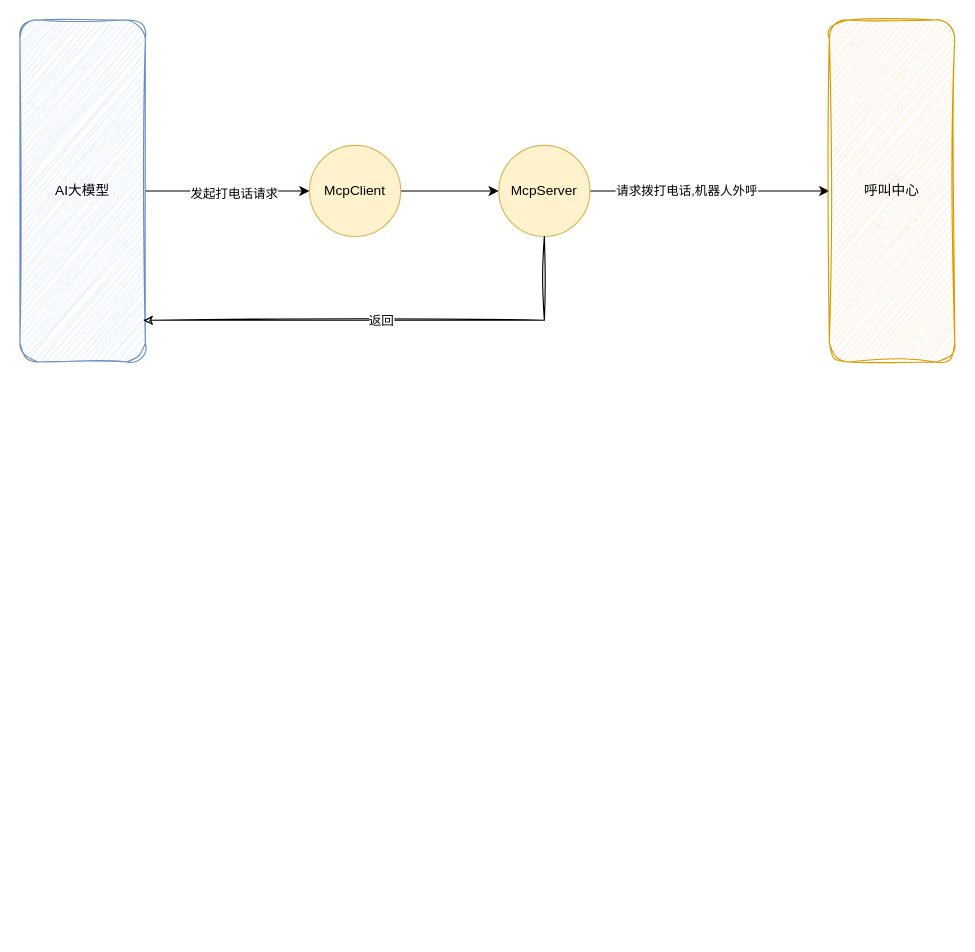
nayouzhenai/java_web keeps this draw.io diagram as page "第 7 页" (7 of 7) of GCroot.drawio. Above is the earlier version. Source tidied: cells renumbered, new cells numbered last; positions are measured from the earlier drawing's top-left corner, leaving out a move shared by most shapes. Both pictures are drawn from the tidied source at 114%, with x=0, y=0 at pixel (19, 19).
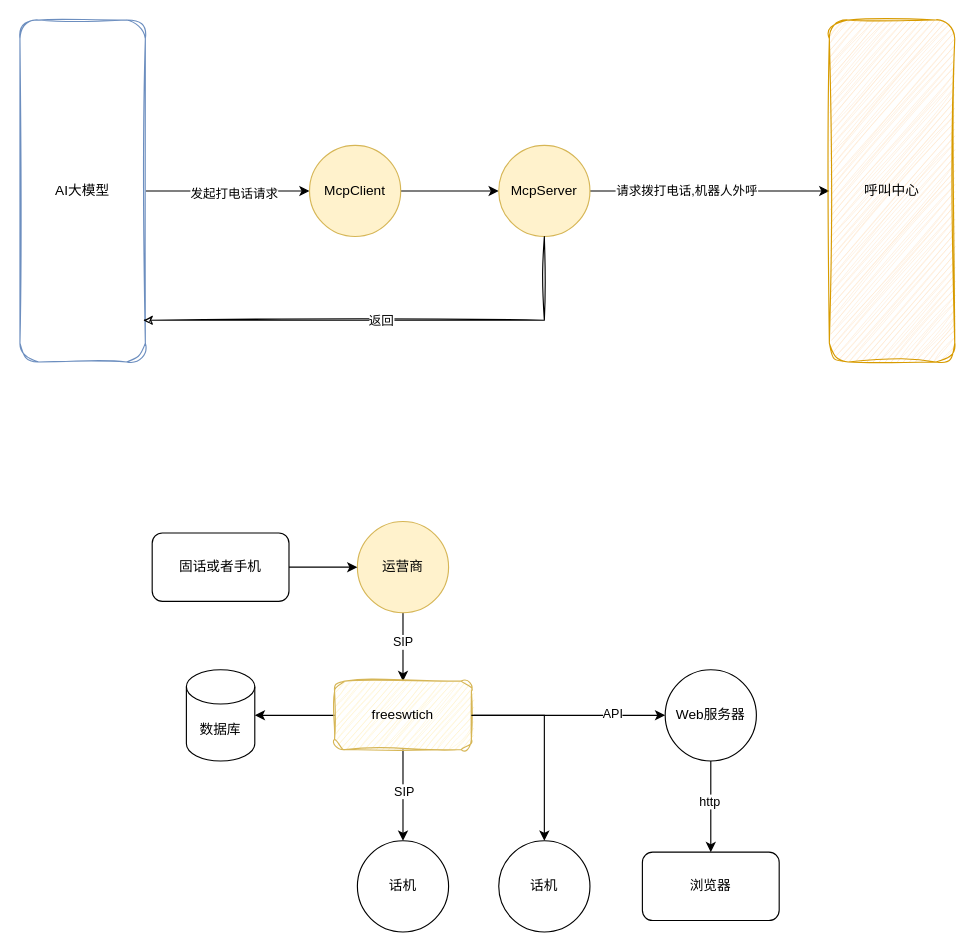
Above is the later version.

What changed in the source:
```diff
@@
-    <mxCell id="4" value="AI大模型" style="rounded=1;whiteSpace=wrap;html=1;glass=0;sketch=1;curveFitting=1;jiggle=2;fillColor=#dae8fc;strokeColor=#6c8ebf;" parent="1" vertex="1">
+    <mxCell id="4" value="AI大模型" style="rounded=1;whiteSpace=wrap;html=1;glass=0;sketch=1;curveFitting=1;jiggle=2;fillColor=default;strokeColor=#6c8ebf;shadow=0;" parent="1" vertex="1">
       <mxGeometry width="110" height="300" as="geometry" />
     </mxCell>
@@
+    <mxCell id="13" style="edgeStyle=orthogonalEdgeStyle;rounded=0;jettySize=auto;html=1;" parent="1" edge="1" source="15">
+      <mxGeometry relative="1" as="geometry">
+        <mxPoint x="336" y="580" as="targetPoint" />
+      </mxGeometry>
+    </mxCell>
+    <mxCell id="14" value="SIP" style="edgeLabel;html=1;align=center;verticalAlign=middle;" parent="13" vertex="1">
+      <mxGeometry x="-0.17" y="-1" relative="1" as="geometry" />
+    </mxCell>
+    <mxCell id="15" value="运营商" style="ellipse;whiteSpace=wrap;html=1;fillColor=#fff2cc;strokeColor=#d6b656;" parent="1" vertex="1">
+      <mxGeometry x="296" y="440" width="80" height="80" as="geometry" />
+    </mxCell>
+    <mxCell id="16" style="edgeStyle=orthogonalEdgeStyle;rounded=0;jettySize=auto;html=1;exitX=0.5;exitY=1;exitDx=0;exitDy=0;entryX=0.5;entryY=0;entryDx=0;entryDy=0;" parent="1" edge="1" source="20" target="21">
+      <mxGeometry relative="1" as="geometry">
+        <Array as="points">
+          <mxPoint x="336" y="710" />
+        </Array>
+      </mxGeometry>
+    </mxCell>
+    <mxCell id="17" value="SIP" style="edgeLabel;html=1;align=center;verticalAlign=middle;" parent="16" vertex="1">
+      <mxGeometry x="-0.1" relative="1" as="geometry" />
+    </mxCell>
+    <mxCell id="18" style="edgeStyle=orthogonalEdgeStyle;rounded=0;jettySize=auto;html=1;" parent="1" edge="1" source="20">
+      <mxGeometry relative="1" as="geometry">
+        <mxPoint x="206" y="610" as="targetPoint" />
+      </mxGeometry>
+    </mxCell>
+    <mxCell id="19" style="edgeStyle=orthogonalEdgeStyle;rounded=0;jettySize=auto;html=1;exitX=1;exitY=0.5;exitDx=0;exitDy=0;" parent="1" edge="1" source="20" target="22">
+      <mxGeometry relative="1" as="geometry" />
+    </mxCell>
+    <mxCell id="20" value="freeswtich" style="rounded=1;whiteSpace=wrap;html=1;fillColor=#fff2cc;strokeColor=#d6b656;sketch=1;curveFitting=1;jiggle=2;" parent="1" vertex="1">
+      <mxGeometry x="276" y="580" width="120" height="60" as="geometry" />
+    </mxCell>
+    <mxCell id="21" value="话机" style="ellipse;whiteSpace=wrap;html=1;" parent="1" vertex="1">
+      <mxGeometry x="296" y="720" width="80" height="80" as="geometry" />
+    </mxCell>
+    <mxCell id="22" value="话机" style="ellipse;whiteSpace=wrap;html=1;" parent="1" vertex="1">
+      <mxGeometry x="420" y="720" width="80" height="80" as="geometry" />
+    </mxCell>
+    <mxCell id="23" value="数据库" style="shape=cylinder3;whiteSpace=wrap;html=1;boundedLbl=1;backgroundOutline=1;size=15;" parent="1" vertex="1">
+      <mxGeometry x="146" y="570" width="60" height="80" as="geometry" />
+    </mxCell>
+    <mxCell id="24" style="edgeStyle=orthogonalEdgeStyle;rounded=0;jettySize=auto;html=1;exitX=1;exitY=0.5;exitDx=0;exitDy=0;entryX=0;entryY=0.5;entryDx=0;entryDy=0;" parent="1" edge="1" source="20">
+      <mxGeometry relative="1" as="geometry">
+        <mxPoint x="566" y="610" as="targetPoint" />
+      </mxGeometry>
+    </mxCell>
+    <mxCell id="25" value="API" style="edgeLabel;html=1;align=center;verticalAlign=middle;" parent="24" vertex="1">
+      <mxGeometry x="0.45" y="2" relative="1" as="geometry" />
+    </mxCell>
+    <mxCell id="26" style="edgeStyle=orthogonalEdgeStyle;rounded=0;jettySize=auto;html=1;exitX=0.5;exitY=1;exitDx=0;exitDy=0;entryX=0.5;entryY=0;entryDx=0;entryDy=0;" parent="1" edge="1" source="28" target="29">
+      <mxGeometry relative="1" as="geometry" />
+    </mxCell>
+    <mxCell id="27" value="http" style="edgeLabel;html=1;align=center;verticalAlign=middle;" parent="26" vertex="1">
+      <mxGeometry x="-0.12" y="-2" relative="1" as="geometry" />
+    </mxCell>
+    <mxCell id="28" value="Web服务器" style="ellipse;whiteSpace=wrap;html=1;" parent="1" vertex="1">
+      <mxGeometry x="566" y="570" width="80" height="80" as="geometry" />
+    </mxCell>
+    <mxCell id="29" value="浏览器" style="rounded=1;whiteSpace=wrap;html=1;" parent="1" vertex="1">
+      <mxGeometry x="546" y="730" width="120" height="60" as="geometry" />
+    </mxCell>
+    <mxCell id="30" style="edgeStyle=orthogonalEdgeStyle;rounded=0;jettySize=auto;html=1;exitX=1;exitY=0.5;exitDx=0;exitDy=0;" parent="1" edge="1" source="31" target="15">
+      <mxGeometry relative="1" as="geometry" />
+    </mxCell>
+    <mxCell id="31" value="固话或者手机" style="rounded=1;whiteSpace=wrap;html=1;" parent="1" vertex="1">
+      <mxGeometry x="116" y="450" width="120" height="60" as="geometry" />
+    </mxCell>
```
